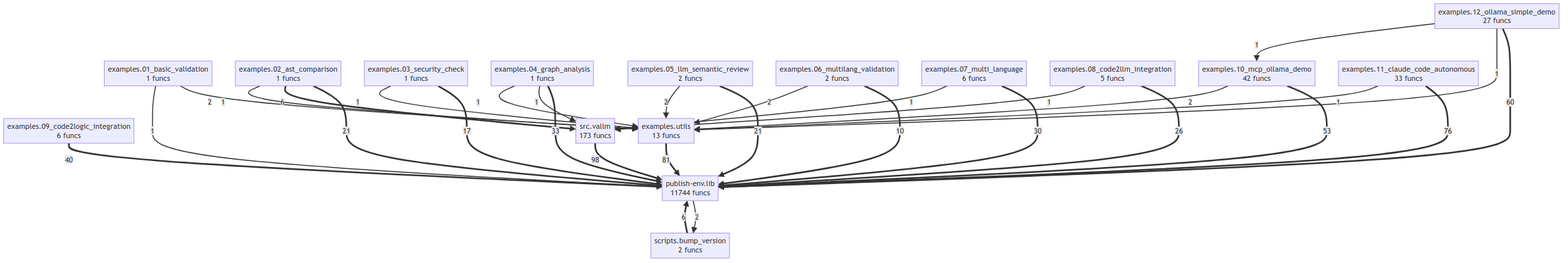
Above: project/compact_flow.png in semcod/vallm (Mermaid), before the change. Its source is kept beside it as project/compact_flow.mmd. The source it was exported from:
```mermaid
flowchart TD
    examples_01_basic_validation["examples.01_basic_validation<br/>1 funcs"]
    examples_02_ast_comparison["examples.02_ast_comparison<br/>1 funcs"]
    examples_03_security_check["examples.03_security_check<br/>1 funcs"]
    examples_04_graph_analysis["examples.04_graph_analysis<br/>1 funcs"]
    examples_05_llm_semantic_review["examples.05_llm_semantic_review<br/>2 funcs"]
    examples_06_multilang_validation["examples.06_multilang_validation<br/>2 funcs"]
    examples_07_multi_language["examples.07_multi_language<br/>6 funcs"]
    examples_08_code2llm_integration["examples.08_code2llm_integration<br/>5 funcs"]
    examples_09_code2logic_integration["examples.09_code2logic_integration<br/>6 funcs"]
    examples_10_mcp_ollama_demo["examples.10_mcp_ollama_demo<br/>42 funcs"]
    examples_11_claude_code_autonomous["examples.11_claude_code_autonomous<br/>33 funcs"]
    examples_12_ollama_simple_demo["examples.12_ollama_simple_demo<br/>27 funcs"]
    examples_utils["examples.utils<br/>13 funcs"]
    publish_env_lib["publish-env.lib<br/>11744 funcs"]
    scripts_bump_version["scripts.bump_version<br/>2 funcs"]
    src_vallm["src.vallm<br/>173 funcs"]
    src_vallm ==>|98| publish_env_lib
    examples_utils ==>|81| publish_env_lib
    examples_11_claude_code_autonomous ==>|76| publish_env_lib
    examples_12_ollama_simple_demo ==>|60| publish_env_lib
    examples_10_mcp_ollama_demo ==>|53| publish_env_lib
    examples_09_code2logic_integration ==>|40| publish_env_lib
    examples_04_graph_analysis ==>|33| publish_env_lib
    examples_07_multi_language ==>|30| publish_env_lib
    examples_08_code2llm_integration ==>|26| publish_env_lib
    examples_05_llm_semantic_review ==>|21| publish_env_lib
    examples_02_ast_comparison ==>|21| publish_env_lib
    examples_03_security_check ==>|17| publish_env_lib
    examples_06_multilang_validation ==>|10| publish_env_lib
    scripts_bump_version ==>|6| publish_env_lib
    examples_02_ast_comparison ==>|6| src_vallm
    publish_env_lib -->|2| scripts_bump_version
    examples_05_llm_semantic_review -->|2| examples_utils
    examples_01_basic_validation -->|2| examples_utils
    examples_06_multilang_validation -->|2| examples_utils
    examples_10_mcp_ollama_demo -->|2| examples_utils
    examples_04_graph_analysis -->|1| src_vallm
    examples_04_graph_analysis -->|1| examples_utils
    examples_11_claude_code_autonomous -->|1| examples_utils
    examples_12_ollama_simple_demo -->|1| examples_utils
    examples_01_basic_validation -->|1| publish_env_lib
    examples_02_ast_comparison -->|1| examples_utils
    examples_03_security_check -->|1| examples_utils
    examples_07_multi_language -->|1| src_vallm
    examples_08_code2llm_integration -->|1| src_vallm
    examples_12_ollama_simple_demo -->|1| examples_10_mcp_ollama_demo
```
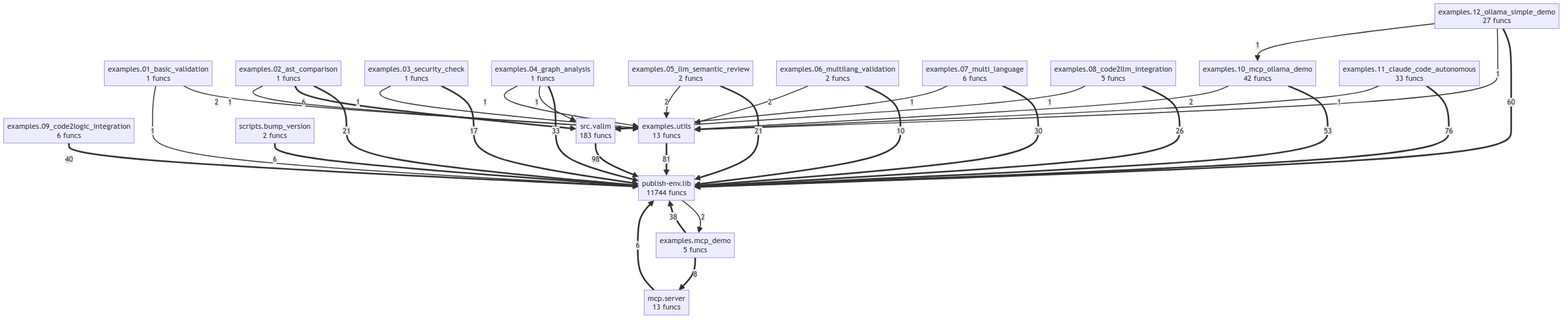
Later version of the same file.

The edit, as a diff of the source:
```diff
@@ -11,16 +11,19 @@
     examples_10_mcp_ollama_demo["examples.10_mcp_ollama_demo<br/>42 funcs"]
     examples_11_claude_code_autonomous["examples.11_claude_code_autonomous<br/>33 funcs"]
     examples_12_ollama_simple_demo["examples.12_ollama_simple_demo<br/>27 funcs"]
+    examples_mcp_demo["examples.mcp_demo<br/>5 funcs"]
     examples_utils["examples.utils<br/>13 funcs"]
+    mcp_server["mcp.server<br/>13 funcs"]
     publish_env_lib["publish-env.lib<br/>11744 funcs"]
     scripts_bump_version["scripts.bump_version<br/>2 funcs"]
-    src_vallm["src.vallm<br/>173 funcs"]
+    src_vallm["src.vallm<br/>183 funcs"]
     src_vallm ==>|98| publish_env_lib
     examples_utils ==>|81| publish_env_lib
     examples_11_claude_code_autonomous ==>|76| publish_env_lib
     examples_12_ollama_simple_demo ==>|60| publish_env_lib
     examples_10_mcp_ollama_demo ==>|53| publish_env_lib
     examples_09_code2logic_integration ==>|40| publish_env_lib
+    examples_mcp_demo ==>|38| publish_env_lib
     examples_04_graph_analysis ==>|33| publish_env_lib
     examples_07_multi_language ==>|30| publish_env_lib
     examples_08_code2llm_integration ==>|26| publish_env_lib
@@ -28,9 +31,11 @@
     examples_02_ast_comparison ==>|21| publish_env_lib
     examples_03_security_check ==>|17| publish_env_lib
     examples_06_multilang_validation ==>|10| publish_env_lib
+    examples_mcp_demo ==>|8| mcp_server
     scripts_bump_version ==>|6| publish_env_lib
+    mcp_server ==>|6| publish_env_lib
     examples_02_ast_comparison ==>|6| src_vallm
-    publish_env_lib -->|2| scripts_bump_version
+    publish_env_lib -->|2| examples_mcp_demo
     examples_05_llm_semantic_review -->|2| examples_utils
     examples_01_basic_validation -->|2| examples_utils
     examples_06_multilang_validation -->|2| examples_utils
@@ -38,9 +43,9 @@
     examples_04_graph_analysis -->|1| src_vallm
     examples_04_graph_analysis -->|1| examples_utils
     examples_11_claude_code_autonomous -->|1| examples_utils
-    examples_12_ollama_simple_demo -->|1| examples_utils
     examples_01_basic_validation -->|1| publish_env_lib
     examples_02_ast_comparison -->|1| examples_utils
+    examples_12_ollama_simple_demo -->|1| examples_utils
     examples_03_security_check -->|1| examples_utils
     examples_07_multi_language -->|1| src_vallm
     examples_08_code2llm_integration -->|1| src_vallm
```
